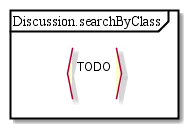
Earlier version of the PlantUML export test2/diagrams/Discussion.searchByClass.png (MaxXx1313/testwiki). The source it was exported from:
```plantuml
@startuml
partition Discussion.searchByClass {
:TODO
}
@enduml
```
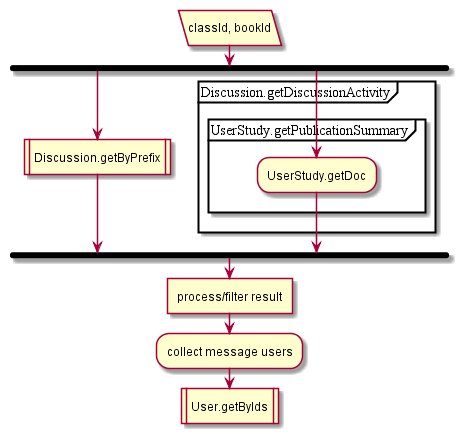
Later version of the same file.

What changed in the source:
```diff
@@ -1,5 +1,15 @@
 @startuml
-partition Discussion.searchByClass {
-:TODO
+:classId, bookId/
+fork
+:Discussion.getByPrefix|
+fork again
+partition Discussion.getDiscussionActivity {
+partition UserStudy.getPublicationSummary {
+:UserStudy.getDoc;
 }
+}
+endfork
+:process/filter result]
+:collect message users;
+:User.getByIds|
 @enduml
```
